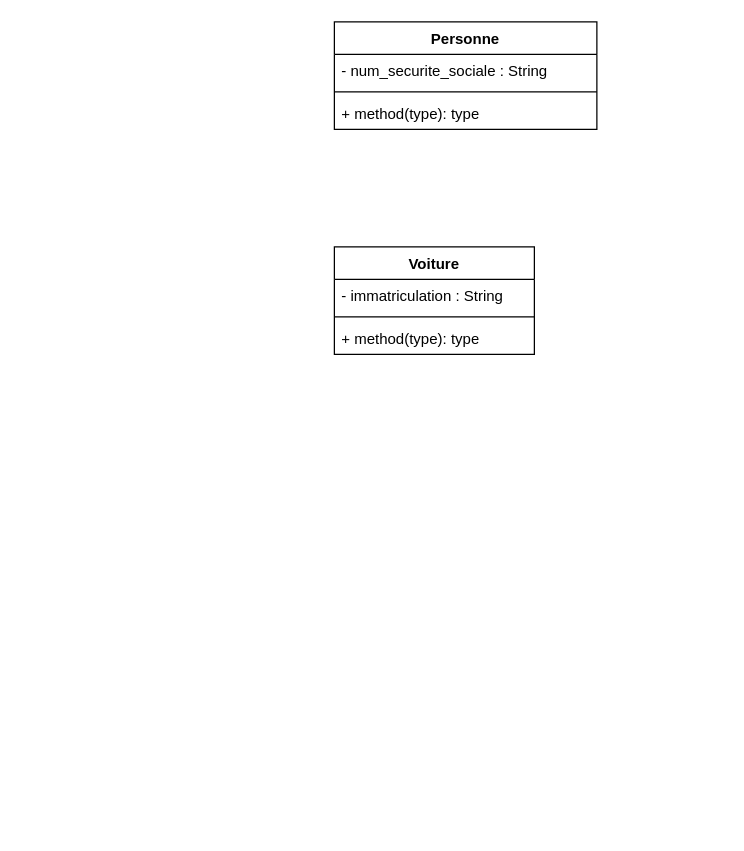
Mzk-Ali/EXO_M2I_UML keeps this draw.io diagram as TP2/TP_2_UML_Exercice_5.drawio. Above is the earlier version. Source tidied: cells renumbered, new cells numbered last; positions are measured from the earlier drawing's top-left corner, leaving out a move shared by most shapes. Both pictures are drawn from the tidied source at 125%, with x=0, y=0 at pixel (334, 21).
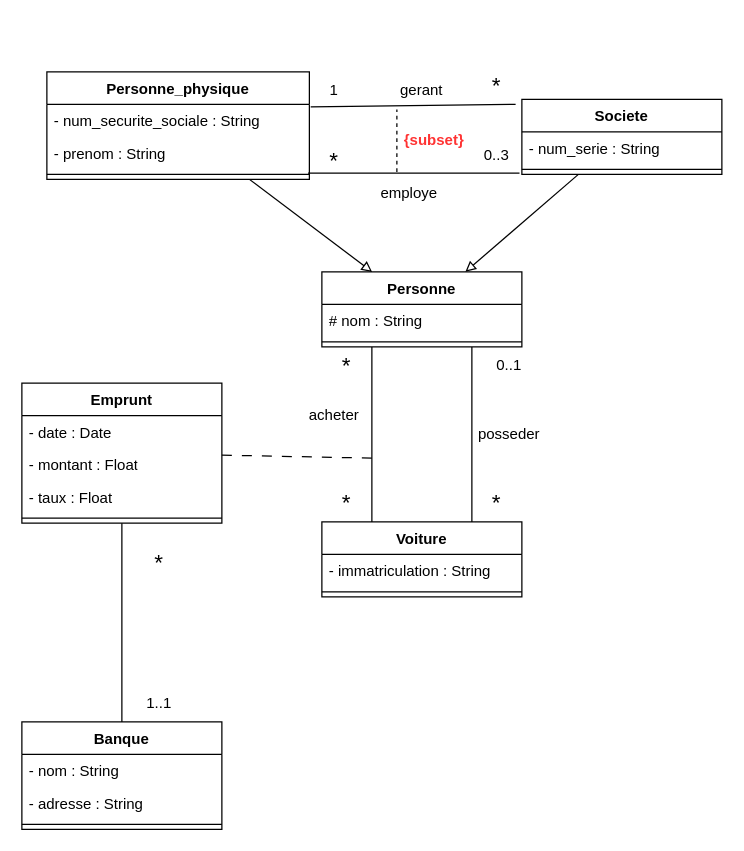
The same page after the edit.

Commit message:
Mettre à jour TP_2_UML_Exercice_5.drawio

The change refers to these unchanged cells:
```xml
<mxCell id="3" value="- num_securite_sociale : String" style="text;strokeColor=none;fillColor=none;align=left;verticalAlign=top;spacingLeft=4;spacingRight=4;overflow=hidden;points=[[0,0.5],[1,0.5]];portConstraint=eastwest;whiteSpace=wrap;html=1;" parent="2" vertex="1">
  <mxGeometry y="26" width="210" height="26" as="geometry" />
</mxCell>
```

The edit, as a diff of the source:
```diff
@@
+    <mxCell id="10" style="rounded=0;jettySize=auto;html=1;endArrow=none;startFill=0;exitX=0.995;exitY=0.375;exitDx=0;exitDy=0;entryX=-0.012;entryY=0.808;entryDx=0;entryDy=0;exitPerimeter=0;entryPerimeter=0;" parent="1" edge="1" source="4">
+      <mxGeometry relative="1" as="geometry">
+        <mxPoint x="148.1" y="121" as="targetPoint" />
+      </mxGeometry>
+    </mxCell>
+    <mxCell id="11" style="rounded=0;jettySize=auto;html=1;endArrow=block;endFill=0;" parent="1" edge="1" source="2" target="26">
+      <mxGeometry relative="1" as="geometry" />
+    </mxCell>
-    <mxCell id="2" value="Personne" style="swimlane;fontStyle=1;align=center;verticalAlign=top;horizontal=1;startSize=26;whiteSpace=wrap;html=1;" parent="1" vertex="1">
-      <mxGeometry width="210" height="86" as="geometry" />
+    <mxCell id="2" value="Personne_physique" style="swimlane;fontStyle=1;align=center;verticalAlign=top;horizontal=1;startSize=26;whiteSpace=wrap;html=1;" parent="1" vertex="1">
+      <mxGeometry x="-230" y="40" width="210" height="86" as="geometry" />
     </mxCell>
@@
+    <mxCell id="12" value="- prenom : String" style="text;strokeColor=none;fillColor=none;align=left;verticalAlign=top;spacingLeft=4;spacingRight=4;overflow=hidden;whiteSpace=wrap;html=1;" parent="2" vertex="1">
+      <mxGeometry y="52" width="210" height="26" as="geometry" />
+    </mxCell>
     <mxCell id="4" style="line;strokeWidth=1;fillColor=none;align=left;verticalAlign=middle;spacingTop=-1;spacingLeft=3;spacingRight=3;labelPosition=right;points=[];portConstraint=eastwest;strokeColor=inherit;" parent="2" vertex="1">
-      <mxGeometry y="52" width="210" height="8" as="geometry" />
+      <mxGeometry y="78" width="210" height="8" as="geometry" />
     </mxCell>
-    <mxCell id="5" value="+ method(type): type" style="text;strokeColor=none;fillColor=none;align=left;verticalAlign=top;spacingLeft=4;spacingRight=4;overflow=hidden;whiteSpace=wrap;html=1;" parent="2" vertex="1">
-      <mxGeometry y="60" width="210" height="26" as="geometry" />
-    </mxCell>
     <mxCell id="6" value="Voiture" style="swimlane;fontStyle=1;align=center;verticalAlign=top;horizontal=1;startSize=26;whiteSpace=wrap;html=1;" parent="1" vertex="1">
-      <mxGeometry y="180" width="160" height="86" as="geometry" />
+      <mxGeometry x="-10" y="400" width="160" height="60" as="geometry" />
     </mxCell>
@@
-    <mxCell id="9" value="+ method(type): type" style="text;strokeColor=none;fillColor=none;align=left;verticalAlign=top;spacingLeft=4;spacingRight=4;overflow=hidden;whiteSpace=wrap;html=1;" parent="6" vertex="1">
-      <mxGeometry y="60" width="160" height="26" as="geometry" />
-    </mxCell>
+    <mxCell id="13" style="rounded=0;jettySize=auto;html=1;endArrow=block;endFill=0;" parent="1" edge="1" source="14" target="26">
+      <mxGeometry relative="1" as="geometry" />
+    </mxCell>
+    <mxCell id="14" value="Societe" style="swimlane;fontStyle=1;align=center;verticalAlign=top;horizontal=1;startSize=26;whiteSpace=wrap;html=1;" parent="1" vertex="1">
+      <mxGeometry x="150" y="62" width="160" height="60" as="geometry" />
+    </mxCell>
+    <mxCell id="15" value="- num_serie : String" style="text;strokeColor=none;fillColor=none;align=left;verticalAlign=top;spacingLeft=4;spacingRight=4;overflow=hidden;whiteSpace=wrap;html=1;" parent="14" vertex="1">
+      <mxGeometry y="26" width="160" height="26" as="geometry" />
+    </mxCell>
+    <mxCell id="16" style="line;strokeWidth=1;fillColor=none;align=left;verticalAlign=middle;spacingTop=-1;spacingLeft=3;spacingRight=3;labelPosition=right;strokeColor=inherit;" parent="14" vertex="1">
+      <mxGeometry y="52" width="160" height="8" as="geometry" />
+    </mxCell>
+    <mxCell id="17" value="0..3" style="text;html=1;align=center;verticalAlign=middle;whiteSpace=wrap;rounded=0;" parent="1" vertex="1">
+      <mxGeometry x="100" y="92" width="60" height="30" as="geometry" />
+    </mxCell>
+    <mxCell id="18" value="&lt;font style=&quot;font-size: 18px;&quot;&gt;*&lt;/font&gt;" style="text;html=1;align=center;verticalAlign=middle;whiteSpace=wrap;rounded=0;" parent="1" vertex="1">
+      <mxGeometry x="100" y="370" width="60" height="30" as="geometry" />
+    </mxCell>
+    <mxCell id="19" value="&lt;font style=&quot;font-size: 18px;&quot;&gt;*&lt;/font&gt;" style="text;html=1;align=center;verticalAlign=middle;whiteSpace=wrap;rounded=0;" parent="1" vertex="1">
+      <mxGeometry x="-20" y="370" width="60" height="30" as="geometry" />
+    </mxCell>
+    <mxCell id="20" value="&lt;font style=&quot;font-size: 18px;&quot;&gt;*&lt;/font&gt;" style="text;html=1;align=center;verticalAlign=middle;whiteSpace=wrap;rounded=0;" parent="1" vertex="1">
+      <mxGeometry x="-20" y="260" width="60" height="30" as="geometry" />
+    </mxCell>
+    <mxCell id="21" value="0..1" style="text;html=1;align=center;verticalAlign=middle;whiteSpace=wrap;rounded=0;" parent="1" vertex="1">
+      <mxGeometry x="110" y="260" width="60" height="30" as="geometry" />
+    </mxCell>
+    <mxCell id="22" style="rounded=0;jettySize=auto;html=1;endArrow=none;startFill=0;exitX=0.256;exitY=0.962;exitDx=0;exitDy=0;exitPerimeter=0;entryX=0.25;entryY=0;entryDx=0;entryDy=0;" parent="1" edge="1" target="6">
+      <mxGeometry relative="1" as="geometry" />
+    </mxCell>
+    <mxCell id="23" style="rounded=0;jettySize=auto;html=1;entryX=0.75;entryY=0;entryDx=0;entryDy=0;exitX=0.75;exitY=1;exitDx=0;exitDy=0;exitPerimeter=0;endArrow=none;startFill=0;" parent="1" edge="1" target="6">
+      <mxGeometry relative="1" as="geometry" />
+    </mxCell>
+    <mxCell id="24" style="rounded=0;jettySize=auto;html=1;entryX=0.75;entryY=0;entryDx=0;entryDy=0;endArrow=none;startFill=0;exitX=0.75;exitY=1;exitDx=0;exitDy=0;" parent="1" edge="1" source="26" target="6">
+      <mxGeometry relative="1" as="geometry" />
+    </mxCell>
+    <mxCell id="25" style="rounded=0;jettySize=auto;html=1;entryX=0.25;entryY=0;entryDx=0;entryDy=0;endArrow=none;startFill=0;exitX=0.25;exitY=1;exitDx=0;exitDy=0;" parent="1" edge="1" source="26" target="6">
+      <mxGeometry relative="1" as="geometry" />
+    </mxCell>
+    <mxCell id="26" value="Personne" style="swimlane;fontStyle=1;align=center;verticalAlign=top;horizontal=1;startSize=26;whiteSpace=wrap;html=1;" parent="1" vertex="1">
+      <mxGeometry x="-10" y="200" width="160" height="60" as="geometry" />
+    </mxCell>
+    <mxCell id="27" value="# nom : String" style="text;strokeColor=none;fillColor=none;align=left;verticalAlign=top;spacingLeft=4;spacingRight=4;overflow=hidden;whiteSpace=wrap;html=1;" parent="26" vertex="1">
+      <mxGeometry y="26" width="160" height="26" as="geometry" />
+    </mxCell>
+    <mxCell id="28" style="line;strokeWidth=1;fillColor=none;align=left;verticalAlign=middle;spacingTop=-1;spacingLeft=3;spacingRight=3;labelPosition=right;strokeColor=inherit;" parent="26" vertex="1">
+      <mxGeometry y="52" width="160" height="8" as="geometry" />
+    </mxCell>
+    <mxCell id="29" value="posseder" style="text;html=1;align=center;verticalAlign=middle;whiteSpace=wrap;rounded=0;" parent="1" vertex="1">
+      <mxGeometry x="110" y="314.5" width="60" height="30" as="geometry" />
+    </mxCell>
+    <mxCell id="30" value="acheter" style="text;html=1;align=center;verticalAlign=middle;whiteSpace=wrap;rounded=0;" parent="1" vertex="1">
+      <mxGeometry x="-30" y="300" width="60" height="30" as="geometry" />
+    </mxCell>
+    <mxCell id="31" style="rounded=0;jettySize=auto;html=1;endArrow=none;startFill=0;dashed=1;dashPattern=8 8;" parent="1" edge="1" source="33">
+      <mxGeometry relative="1" as="geometry">
+        <mxPoint x="30" y="349" as="targetPoint" />
+      </mxGeometry>
+    </mxCell>
+    <mxCell id="32" style="rounded=0;jettySize=auto;html=1;entryX=0.5;entryY=0;entryDx=0;entryDy=0;endArrow=none;startFill=0;" parent="1" edge="1" source="33" target="38">
+      <mxGeometry relative="1" as="geometry" />
+    </mxCell>
+    <mxCell id="33" value="Emprunt" style="swimlane;fontStyle=1;align=center;verticalAlign=top;horizontal=1;startSize=26;whiteSpace=wrap;html=1;" parent="1" vertex="1">
+      <mxGeometry x="-250" y="289" width="160" height="112" as="geometry" />
+    </mxCell>
+    <mxCell id="34" value="- date : Date" style="text;strokeColor=none;fillColor=none;align=left;verticalAlign=top;spacingLeft=4;spacingRight=4;overflow=hidden;whiteSpace=wrap;html=1;" parent="33" vertex="1">
+      <mxGeometry y="26" width="160" height="26" as="geometry" />
+    </mxCell>
+    <mxCell id="35" value="- montant : Float" style="text;strokeColor=none;fillColor=none;align=left;verticalAlign=top;spacingLeft=4;spacingRight=4;overflow=hidden;whiteSpace=wrap;html=1;" parent="33" vertex="1">
+      <mxGeometry y="52" width="160" height="26" as="geometry" />
+    </mxCell>
+    <mxCell id="36" value="- taux : Float" style="text;strokeColor=none;fillColor=none;align=left;verticalAlign=top;spacingLeft=4;spacingRight=4;overflow=hidden;whiteSpace=wrap;html=1;" parent="33" vertex="1">
+      <mxGeometry y="78" width="160" height="26" as="geometry" />
+    </mxCell>
+    <mxCell id="37" style="line;strokeWidth=1;fillColor=none;align=left;verticalAlign=middle;spacingTop=-1;spacingLeft=3;spacingRight=3;labelPosition=right;strokeColor=inherit;" parent="33" vertex="1">
+      <mxGeometry y="104" width="160" height="8" as="geometry" />
+    </mxCell>
+    <mxCell id="38" value="Banque" style="swimlane;fontStyle=1;align=center;verticalAlign=top;horizontal=1;startSize=26;whiteSpace=wrap;html=1;" parent="1" vertex="1">
+      <mxGeometry x="-250" y="560" width="160" height="86" as="geometry" />
+    </mxCell>
+    <mxCell id="39" value="- nom : String" style="text;strokeColor=none;fillColor=none;align=left;verticalAlign=top;spacingLeft=4;spacingRight=4;overflow=hidden;whiteSpace=wrap;html=1;" parent="38" vertex="1">
+      <mxGeometry y="26" width="160" height="26" as="geometry" />
+    </mxCell>
+    <mxCell id="40" value="- adresse : String" style="text;strokeColor=none;fillColor=none;align=left;verticalAlign=top;spacingLeft=4;spacingRight=4;overflow=hidden;whiteSpace=wrap;html=1;" parent="38" vertex="1">
+      <mxGeometry y="52" width="160" height="26" as="geometry" />
+    </mxCell>
+    <mxCell id="41" style="line;strokeWidth=1;fillColor=none;align=left;verticalAlign=middle;spacingTop=-1;spacingLeft=3;spacingRight=3;labelPosition=right;strokeColor=inherit;" parent="38" vertex="1">
+      <mxGeometry y="78" width="160" height="8" as="geometry" />
+    </mxCell>
+    <mxCell id="42" value="1..1" style="text;html=1;align=center;verticalAlign=middle;whiteSpace=wrap;rounded=0;" parent="1" vertex="1">
+      <mxGeometry x="-170" y="530" width="60" height="30" as="geometry" />
+    </mxCell>
+    <mxCell id="43" value="&lt;font style=&quot;font-size: 18px;&quot;&gt;*&lt;/font&gt;" style="text;html=1;align=center;verticalAlign=middle;whiteSpace=wrap;rounded=0;" parent="1" vertex="1">
+      <mxGeometry x="-170" y="418" width="60" height="30" as="geometry" />
+    </mxCell>
+    <mxCell id="44" value="&lt;font style=&quot;font-size: 18px;&quot;&gt;*&lt;/font&gt;" style="text;html=1;align=center;verticalAlign=middle;whiteSpace=wrap;rounded=0;" parent="1" vertex="1">
+      <mxGeometry x="-30" y="96" width="60" height="30" as="geometry" />
+    </mxCell>
+    <mxCell id="45" value="employe" style="text;html=1;align=center;verticalAlign=middle;whiteSpace=wrap;rounded=0;" parent="1" vertex="1">
+      <mxGeometry x="30" y="122" width="60" height="30" as="geometry" />
+    </mxCell>
+    <mxCell id="46" style="rounded=0;jettySize=auto;html=1;entryX=0.75;entryY=1;entryDx=0;entryDy=0;endArrow=none;startFill=0;exitX=1.005;exitY=0.077;exitDx=0;exitDy=0;exitPerimeter=0;" parent="1" edge="1" source="3" target="47">
+      <mxGeometry relative="1" as="geometry" />
+    </mxCell>
+    <mxCell id="47" value="&lt;font style=&quot;font-size: 18px;&quot;&gt;*&lt;/font&gt;" style="text;html=1;align=center;verticalAlign=middle;whiteSpace=wrap;rounded=0;" parent="1" vertex="1">
+      <mxGeometry x="100" y="36" width="60" height="30" as="geometry" />
+    </mxCell>
+    <mxCell id="48" value="1" style="text;html=1;align=center;verticalAlign=middle;whiteSpace=wrap;rounded=0;" parent="1" vertex="1">
+      <mxGeometry x="-30" y="40" width="60" height="30" as="geometry" />
+    </mxCell>
+    <mxCell id="49" value="gerant" style="text;html=1;align=center;verticalAlign=middle;whiteSpace=wrap;rounded=0;" parent="1" vertex="1">
+      <mxGeometry x="40" y="40" width="60" height="30" as="geometry" />
+    </mxCell>
+    <mxCell id="50" style="endArrow=none;dashed=1;html=1;rounded=0;" parent="1" edge="1">
+      <mxGeometry relative="1" as="geometry">
+        <mxPoint x="50" y="120" as="sourcePoint" />
+        <mxPoint x="50" y="70" as="targetPoint" />
+      </mxGeometry>
+    </mxCell>
+    <mxCell id="51" value="&lt;b&gt;&lt;font style=&quot;color: rgb(255, 51, 51);&quot;&gt;{subset}&lt;/font&gt;&lt;/b&gt;" style="text;html=1;align=center;verticalAlign=middle;whiteSpace=wrap;rounded=0;" parent="1" vertex="1">
+      <mxGeometry x="50" y="80" width="60" height="30" as="geometry" />
+    </mxCell>
```
